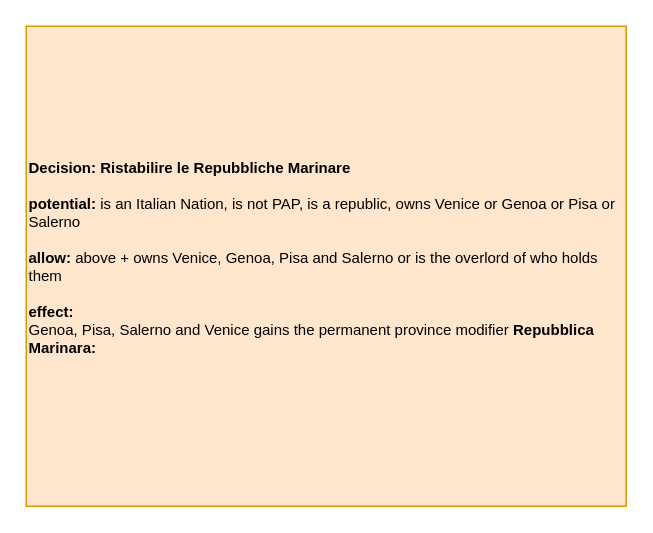
Melvasul/Missions-Expanded keeps this draw.io diagram as page "Decision" (4 of 4) of It's Spaghetti Time/It's Spaghetti Time.drawio. Above is the earlier version. Source tidied: cells renumbered, new cells numbered last; positions are measured from the earlier drawing's top-left corner, leaving out a move shared by most shapes. Both pictures are drawn from the tidied source at 150%, with x=0, y=0 at pixel (26, 26).
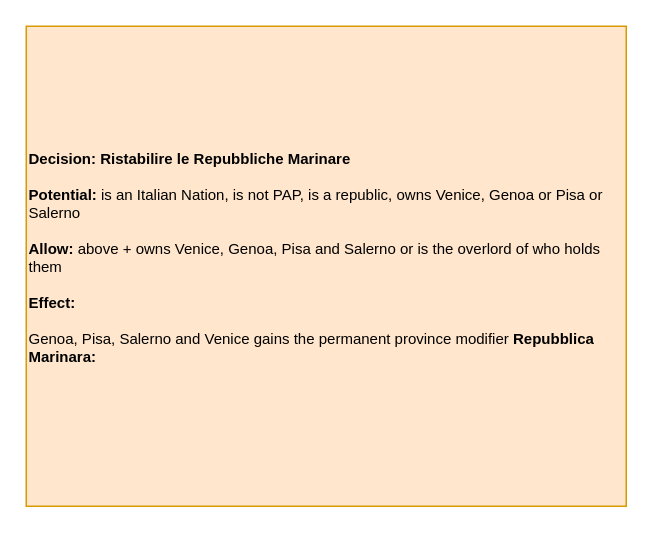
After the change.

Commit message (it also covers changes not shown here):
Finished Italian Minors missions (with loc)

Change to the diagram source:
```diff
@@
 <mxGraphModel>
   <root>
     <mxCell id="0" />
     <mxCell id="1" parent="0" />
-    <mxCell id="2" value="&lt;div style=&quot;font-size: 10px&quot; align=&quot;left&quot;&gt;&lt;b style=&quot;font-size: 10px&quot;&gt;Decision: Ristabilire le Repubbliche Marinare&lt;/b&gt;&lt;/div&gt;&lt;div style=&quot;font-size: 10px&quot; align=&quot;left&quot;&gt;&lt;br style=&quot;font-size: 10px&quot;&gt;&lt;/div&gt;&lt;div style=&quot;font-size: 10px&quot; align=&quot;left&quot;&gt;&lt;b style=&quot;font-size: 10px&quot;&gt;potential: &lt;/b&gt;is an Italian Nation, is not PAP, is a republic, owns Venice or Genoa or Pisa or Salerno&lt;/div&gt;&lt;div style=&quot;font-size: 10px&quot; align=&quot;left&quot;&gt;&lt;br&gt;&lt;/div&gt;&lt;div style=&quot;font-size: 10px&quot; align=&quot;left&quot;&gt;&lt;b style=&quot;font-size: 10px&quot;&gt;allow:&lt;/b&gt;&amp;nbsp;above + owns Venice, Genoa, Pisa and Salerno or is the overlord of who holds them&lt;/div&gt;&lt;div style=&quot;font-size: 10px&quot; align=&quot;left&quot;&gt;&lt;br style=&quot;font-size: 10px&quot;&gt;&lt;/div&gt;&lt;div style=&quot;font-size: 10px&quot; align=&quot;left&quot;&gt;&lt;b style=&quot;font-size: 10px&quot;&gt;effect:&lt;/b&gt;&lt;/div&gt;&lt;div style=&quot;font-size: 10px&quot; align=&quot;left&quot;&gt;Genoa, Pisa, Salerno and Venice gains the permanent province modifier&amp;nbsp;&lt;b style=&quot;font-size: 10px&quot;&gt;Repubblica Marinara:&lt;/b&gt;&amp;nbsp;&lt;/div&gt;&lt;div style=&quot;font-size: 10px&quot; align=&quot;left&quot;&gt;&lt;br style=&quot;font-size: 10px&quot;&gt;&lt;/div&gt;" style="rounded=0;whiteSpace=wrap;html=1;align=left;fontSize=10;fillColor=#ffe6cc;strokeColor=#d79b00;" parent="1" vertex="1">
+    <mxCell id="2" value="&lt;div style=&quot;font-size: 10px&quot; align=&quot;left&quot;&gt;&lt;b style=&quot;font-size: 10px&quot;&gt;Decision: Ristabilire le Repubbliche Marinare&lt;/b&gt;&lt;/div&gt;&lt;div style=&quot;font-size: 10px&quot; align=&quot;left&quot;&gt;&lt;br style=&quot;font-size: 10px&quot;&gt;&lt;/div&gt;&lt;div style=&quot;font-size: 10px&quot; align=&quot;left&quot;&gt;&lt;b style=&quot;font-size: 10px&quot;&gt;Potential: &lt;/b&gt;is an Italian Nation, is not PAP, is a republic, owns Venice, Genoa or Pisa or Salerno&lt;/div&gt;&lt;div style=&quot;font-size: 10px&quot; align=&quot;left&quot;&gt;&lt;br&gt;&lt;/div&gt;&lt;div style=&quot;font-size: 10px&quot; align=&quot;left&quot;&gt;&lt;b style=&quot;font-size: 10px&quot;&gt;Allow:&lt;/b&gt;&amp;nbsp;above + owns Venice, Genoa, Pisa and Salerno or is the overlord of who holds them&lt;/div&gt;&lt;div style=&quot;font-size: 10px&quot; align=&quot;left&quot;&gt;&lt;br style=&quot;font-size: 10px&quot;&gt;&lt;/div&gt;&lt;div style=&quot;font-size: 10px&quot; align=&quot;left&quot;&gt;&lt;b style=&quot;font-size: 10px&quot;&gt;Effect:&lt;/b&gt;&lt;/div&gt;&lt;div style=&quot;font-size: 10px&quot; align=&quot;left&quot;&gt;&lt;b style=&quot;font-size: 10px&quot;&gt;&lt;br&gt;&lt;/b&gt;&lt;/div&gt;&lt;div style=&quot;font-size: 10px&quot; align=&quot;left&quot;&gt;Genoa, Pisa, Salerno and Venice gains the permanent province modifier&amp;nbsp;&lt;b style=&quot;font-size: 10px&quot;&gt;Repubblica Marinara:&lt;/b&gt;&amp;nbsp;&lt;/div&gt;&lt;div style=&quot;font-size: 10px&quot; align=&quot;left&quot;&gt;&lt;br style=&quot;font-size: 10px&quot;&gt;&lt;/div&gt;" style="rounded=0;whiteSpace=wrap;html=1;align=left;fontSize=10;fillColor=#ffe6cc;strokeColor=#d79b00;" parent="1" vertex="1">
       <mxGeometry width="400" height="320" as="geometry" />
     </mxCell>
   </root>
 </mxGraphModel>
```
